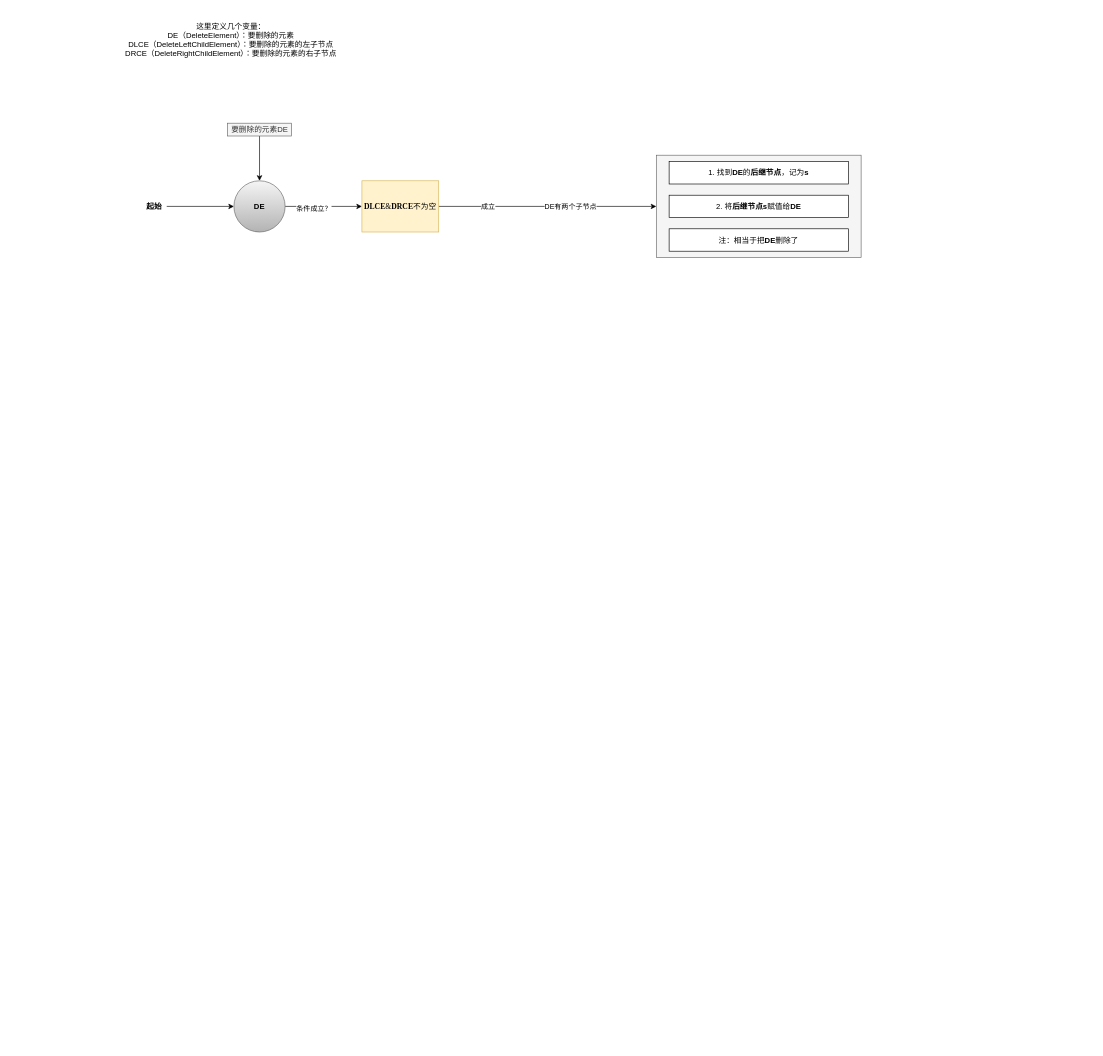
Above: typora/JavaSE/6 集合/drawio/TreeMap/删除元素过程.drawio in LDChing0321/JavaLearn (draw.io), before the change. Source tidied: cells renumbered, new cells numbered last; positions are measured from the earlier drawing's top-left corner, leaving out a move shared by most shapes. Both pictures are drawn from the tidied source at 64%, with x=0, y=0 at pixel (118, 20).
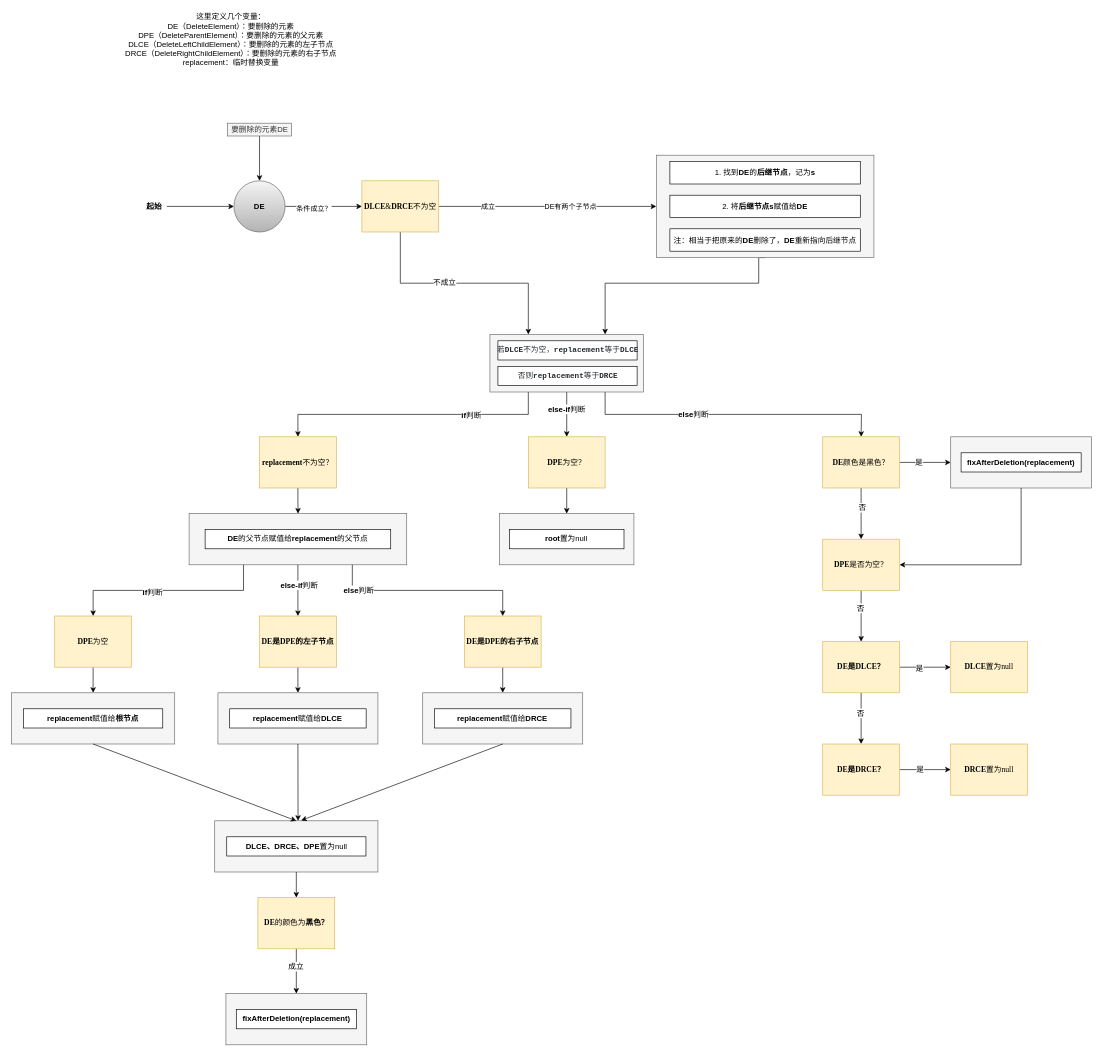
The same diagram, later.

Commit message (it also covers changes not shown here):
更新删除元素过程.drawio

Unchanged cells that the change refers to:
```xml
<mxCell id="12" value="&lt;b&gt;DLCE&lt;/b&gt;&amp;amp;&lt;b&gt;DRCE&lt;/b&gt;不为空" style="rounded=0;whiteSpace=wrap;html=1;fontFamily=Times New Roman;align=center;fillColor=#fff2cc;strokeColor=#d6b656;" parent="1" vertex="1">
  <mxGeometry x="380" y="250" width="120" height="80" as="geometry" />
</mxCell>
```

Change to the diagram source:
```diff
@@
+    <mxCell id="18" style="edgeStyle=orthogonalEdgeStyle;rounded=0;jettySize=auto;html=1;exitX=0.5;exitY=1;exitDx=0;exitDy=0;entryX=0.25;entryY=0;entryDx=0;entryDy=0;fontSize=12;" parent="1" edge="1" source="12" target="27">
+      <mxGeometry relative="1" as="geometry" />
+    </mxCell>
+    <mxCell id="19" value="不成立" style="edgeLabel;html=1;align=center;verticalAlign=middle;fontSize=12;" parent="18" vertex="1">
+      <mxGeometry x="-0.18" y="2" relative="1" as="geometry" />
+    </mxCell>
@@
-    <mxCell id="13" value="这里定义几个变量：&lt;br&gt;DE（DeleteElement）：要删除的元素&lt;br&gt;DLCE（DeleteLeftChildElement）：要删除的元素的左子节点&lt;br&gt;DRCE（DeleteRightChildElement）：要删除的元素的右子节点" style="text;html=1;align=center;verticalAlign=middle;strokeColor=none;" parent="1" vertex="1">
-      <mxGeometry width="350" height="60" as="geometry" />
+    <mxCell id="13" value="这里定义几个变量：&lt;br&gt;DE（DeleteElement）：要删除的元素&lt;br&gt;DPE（DeleteParentElement）：要删除的元素的父元素&lt;br&gt;DLCE（DeleteLeftChildElement）：要删除的元素的左子节点&lt;br&gt;DRCE（DeleteRightChildElement）：要删除的元素的右子节点&lt;br&gt;replacement：临时替换变量" style="text;html=1;align=center;verticalAlign=middle;strokeColor=none;" parent="1" vertex="1">
+      <mxGeometry y="-15" width="350" height="90" as="geometry" />
     </mxCell>
+    <mxCell id="20" style="edgeStyle=orthogonalEdgeStyle;rounded=0;jettySize=auto;html=1;exitX=0.5;exitY=1;exitDx=0;exitDy=0;entryX=0.75;entryY=0;entryDx=0;entryDy=0;fontSize=12;" parent="1" edge="1" source="14" target="27">
+      <mxGeometry relative="1" as="geometry">
+        <Array as="points">
+          <mxPoint x="1000" y="410" />
+          <mxPoint x="760" y="410" />
+        </Array>
+      </mxGeometry>
+    </mxCell>
+    <mxCell id="21" style="edgeStyle=orthogonalEdgeStyle;rounded=0;jettySize=auto;html=1;exitX=0.25;exitY=1;exitDx=0;exitDy=0;entryX=0.5;entryY=0;entryDx=0;entryDy=0;fontSize=12;" parent="1" edge="1" source="27" target="29">
+      <mxGeometry relative="1" as="geometry" />
+    </mxCell>
+    <mxCell id="22" value="&lt;b&gt;if&lt;/b&gt;判断" style="edgeLabel;html=1;align=center;verticalAlign=middle;fontSize=12;" parent="21" vertex="1">
+      <mxGeometry x="-0.42" y="1" relative="1" as="geometry" />
+    </mxCell>
+    <mxCell id="23" style="edgeStyle=orthogonalEdgeStyle;rounded=0;jettySize=auto;html=1;exitX=0.5;exitY=1;exitDx=0;exitDy=0;fontSize=12;entryX=0.5;entryY=0;entryDx=0;entryDy=0;" parent="1" edge="1" source="27" target="33">
+      <mxGeometry relative="1" as="geometry" />
+    </mxCell>
+    <mxCell id="24" value="&lt;b&gt;else-if&lt;/b&gt;判断" style="edgeLabel;html=1;align=center;verticalAlign=middle;fontSize=12;" parent="23" vertex="1">
+      <mxGeometry x="-0.25" y="-1" relative="1" as="geometry" />
+    </mxCell>
+    <mxCell id="25" style="edgeStyle=orthogonalEdgeStyle;rounded=0;jettySize=auto;html=1;exitX=0.75;exitY=1;exitDx=0;exitDy=0;entryX=0.5;entryY=0;entryDx=0;entryDy=0;fontSize=12;" parent="1" edge="1" source="27">
+      <mxGeometry relative="1" as="geometry">
+        <mxPoint x="1160" y="650" as="targetPoint" />
+      </mxGeometry>
+    </mxCell>
+    <mxCell id="26" value="&lt;b&gt;else&lt;/b&gt;判断" style="edgeLabel;html=1;align=center;verticalAlign=middle;fontSize=12;" parent="25" vertex="1">
+      <mxGeometry x="-0.27" relative="1" as="geometry" />
+    </mxCell>
+    <mxCell id="27" value="&lt;pre style=&quot;color: rgb(36 , 41 , 46) ; font-family: &amp;#34;jetbrains mono&amp;#34; , monospace ; font-size: 12px&quot;&gt;&lt;br&gt;&lt;/pre&gt;" style="rounded=0;whiteSpace=wrap;html=1;fillColor=#f5f5f5;strokeColor=#666666;fontColor=#333333;fontSize=12;" parent="1" vertex="1">
+      <mxGeometry x="580" y="490" width="240" height="90" as="geometry" />
+    </mxCell>
+    <mxCell id="28" style="edgeStyle=orthogonalEdgeStyle;rounded=0;jettySize=auto;html=1;exitX=0.5;exitY=1;exitDx=0;exitDy=0;fontSize=12;" parent="1" edge="1" source="29">
+      <mxGeometry relative="1" as="geometry">
+        <mxPoint x="280.2" y="770" as="targetPoint" />
+      </mxGeometry>
+    </mxCell>
+    <mxCell id="29" value="&lt;b&gt;replacement&lt;/b&gt;不为空？" style="rounded=0;whiteSpace=wrap;html=1;fontFamily=Times New Roman;align=center;fillColor=#fff2cc;strokeColor=#d6b656;fontStyle=0;" parent="1" vertex="1">
+      <mxGeometry x="220" y="650" width="120" height="80" as="geometry" />
+    </mxCell>
+    <mxCell id="30" value="&lt;pre style=&quot;color: rgb(36 , 41 , 46) ; font-family: &amp;#34;jetbrains mono&amp;#34; , monospace&quot;&gt;若&lt;b&gt;DLCE&lt;/b&gt;不为空，&lt;b&gt;replacement&lt;/b&gt;等于&lt;b&gt;DLCE&lt;/b&gt;&lt;/pre&gt;" style="rounded=0;whiteSpace=wrap;html=1;align=center;" parent="1" vertex="1">
+      <mxGeometry x="592.5" y="500" width="217.5" height="30" as="geometry" />
+    </mxCell>
+    <mxCell id="31" value="&lt;pre style=&quot;color: rgb(36 , 41 , 46) ; font-family: &amp;#34;jetbrains mono&amp;#34; , monospace&quot;&gt;&lt;span style=&quot;white-space: normal&quot;&gt;否则&lt;b&gt;replacement&lt;/b&gt;等于&lt;b&gt;DRCE&lt;/b&gt;&lt;/span&gt;&lt;br&gt;&lt;/pre&gt;" style="rounded=0;whiteSpace=wrap;html=1;align=center;" parent="1" vertex="1">
+      <mxGeometry x="592.5" y="540" width="217.5" height="30" as="geometry" />
+    </mxCell>
+    <mxCell id="32" style="edgeStyle=none;rounded=0;jettySize=auto;html=1;exitX=0.5;exitY=1;exitDx=0;exitDy=0;entryX=0.5;entryY=0;entryDx=0;entryDy=0;fontSize=12;" parent="1" edge="1" source="33" target="73">
+      <mxGeometry relative="1" as="geometry" />
+    </mxCell>
+    <mxCell id="33" value="&lt;b&gt;DPE&lt;/b&gt;为空？" style="rounded=0;whiteSpace=wrap;html=1;fontFamily=Times New Roman;align=center;fillColor=#fff2cc;strokeColor=#d6b656;fontStyle=0;" parent="1" vertex="1">
+      <mxGeometry x="640" y="650" width="120" height="80" as="geometry" />
+    </mxCell>
+    <mxCell id="34" style="group;" parent="1" vertex="1">
+      <mxGeometry x="840" y="210" width="340" height="160" as="geometry" />
+    </mxCell>
-    <mxCell id="14" style="rounded=0;whiteSpace=wrap;html=1;fillColor=#f5f5f5;strokeColor=#666666;fontColor=#333333;" parent="1" vertex="1">
-      <mxGeometry x="840" y="210" width="320" height="160" as="geometry" />
+    <mxCell id="14" style="rounded=0;whiteSpace=wrap;html=1;fillColor=#f5f5f5;strokeColor=#666666;fontColor=#333333;" parent="34" vertex="1">
+      <mxGeometry width="340" height="160" as="geometry" />
     </mxCell>
-    <mxCell id="15" value="1. 找到&lt;b&gt;DE&lt;/b&gt;的&lt;b&gt;后继节点&lt;/b&gt;，记为&lt;b&gt;s&lt;/b&gt;" style="rounded=0;whiteSpace=wrap;html=1;align=center;" parent="1" vertex="1">
-      <mxGeometry x="860" y="220" width="280" height="35" as="geometry" />
+    <mxCell id="15" value="1. 找到&lt;b&gt;DE&lt;/b&gt;的&lt;b&gt;后继节点&lt;/b&gt;，记为&lt;b&gt;s&lt;/b&gt;" style="rounded=0;whiteSpace=wrap;html=1;align=center;" parent="34" vertex="1">
+      <mxGeometry x="21.2" y="10" width="297.5" height="35" as="geometry" />
     </mxCell>
-    <mxCell id="16" value="2.&amp;nbsp;将&lt;b&gt;后继节点s&lt;/b&gt;赋值给&lt;b&gt;DE&lt;/b&gt;" style="rounded=0;whiteSpace=wrap;html=1;align=center;" parent="1" vertex="1">
-      <mxGeometry x="860" y="272.5" width="280" height="35" as="geometry" />
+    <mxCell id="16" value="2.&amp;nbsp;将&lt;b&gt;后继节点s&lt;/b&gt;赋值给&lt;b&gt;DE&lt;/b&gt;" style="rounded=0;whiteSpace=wrap;html=1;align=center;" parent="34" vertex="1">
+      <mxGeometry x="21.2" y="62.5" width="297.5" height="35" as="geometry" />
     </mxCell>
-    <mxCell id="17" value="注：相当于把&lt;b&gt;DE&lt;/b&gt;删除了" style="rounded=0;whiteSpace=wrap;html=1;" parent="1" vertex="1">
-      <mxGeometry x="860" y="325" width="280" height="35" as="geometry" />
+    <mxCell id="17" value="注：相当于把原来的&lt;b&gt;DE&lt;/b&gt;删除了，&lt;b&gt;DE&lt;/b&gt;重新指向后继节点" style="rounded=0;whiteSpace=wrap;html=1;" parent="34" vertex="1">
+      <mxGeometry x="21.2" y="115" width="297.5" height="35" as="geometry" />
     </mxCell>
+    <mxCell id="35" style="group;" parent="1" vertex="1">
+      <mxGeometry x="110" y="770" width="340" height="80" as="geometry" />
+    </mxCell>
+    <mxCell id="36" style="rounded=0;whiteSpace=wrap;html=1;fillColor=#f5f5f5;strokeColor=#666666;fontColor=#333333;" parent="35" vertex="1">
+      <mxGeometry width="340" height="80" as="geometry" />
+    </mxCell>
+    <mxCell id="37" value="&lt;b&gt;DE&lt;/b&gt;的父节点赋值给&lt;b&gt;replacement&lt;/b&gt;的父节点" style="rounded=0;whiteSpace=wrap;html=1;align=center;" parent="35" vertex="1">
+      <mxGeometry x="25" y="25" width="290" height="30" as="geometry" />
+    </mxCell>
+    <mxCell id="38" style="edgeStyle=orthogonalEdgeStyle;rounded=0;jettySize=auto;html=1;exitX=0.5;exitY=1;exitDx=0;exitDy=0;entryX=0.5;entryY=0;entryDx=0;entryDy=0;fontSize=12;" parent="1" edge="1" source="39" target="51">
+      <mxGeometry relative="1" as="geometry" />
+    </mxCell>
+    <mxCell id="39" value="&lt;b&gt;DPE&lt;/b&gt;为空" style="rounded=0;whiteSpace=wrap;html=1;fontFamily=Times New Roman;align=center;fillColor=#fff2cc;strokeColor=#d6b656;fontStyle=0;" parent="1" vertex="1">
+      <mxGeometry x="-100" y="930" width="120" height="80" as="geometry" />
+    </mxCell>
+    <mxCell id="40" style="edgeStyle=orthogonalEdgeStyle;rounded=0;jettySize=auto;html=1;exitX=0.5;exitY=1;exitDx=0;exitDy=0;entryX=0.5;entryY=0;entryDx=0;entryDy=0;fontSize=12;" parent="1" edge="1" source="41" target="54">
+      <mxGeometry relative="1" as="geometry" />
+    </mxCell>
+    <mxCell id="41" value="&lt;b&gt;DE是DPE的左子节点&lt;/b&gt;" style="rounded=0;whiteSpace=wrap;html=1;fontFamily=Times New Roman;align=center;fillColor=#fff2cc;strokeColor=#d6b656;fontStyle=0;" parent="1" vertex="1">
+      <mxGeometry x="220" y="930" width="120" height="80" as="geometry" />
+    </mxCell>
+    <mxCell id="42" style="edgeStyle=orthogonalEdgeStyle;rounded=0;jettySize=auto;html=1;exitX=0.5;exitY=1;exitDx=0;exitDy=0;entryX=0.5;entryY=0;entryDx=0;entryDy=0;fontSize=12;" parent="1" edge="1" source="43" target="57">
+      <mxGeometry relative="1" as="geometry" />
+    </mxCell>
+    <mxCell id="43" value="&lt;b&gt;DE是DPE的右子节点&lt;/b&gt;" style="rounded=0;whiteSpace=wrap;html=1;fontFamily=Times New Roman;align=center;fillColor=#fff2cc;strokeColor=#d6b656;fontStyle=0;" parent="1" vertex="1">
+      <mxGeometry x="540" y="930" width="120" height="80" as="geometry" />
+    </mxCell>
+    <mxCell id="44" style="edgeStyle=orthogonalEdgeStyle;rounded=0;jettySize=auto;html=1;exitX=0.25;exitY=1;exitDx=0;exitDy=0;fontSize=12;" parent="1" edge="1" source="36" target="39">
+      <mxGeometry relative="1" as="geometry" />
+    </mxCell>
+    <mxCell id="45" value="&lt;b&gt;if&lt;/b&gt;判断" style="edgeLabel;html=1;align=center;verticalAlign=middle;fontSize=12;" parent="44" vertex="1">
+      <mxGeometry x="0.16" y="2" relative="1" as="geometry" />
+    </mxCell>
+    <mxCell id="46" style="edgeStyle=orthogonalEdgeStyle;rounded=0;jettySize=auto;html=1;fontSize=12;" parent="1" edge="1" source="36" target="41">
+      <mxGeometry relative="1" as="geometry" />
+    </mxCell>
+    <mxCell id="47" value="&lt;b&gt;else-if&lt;/b&gt;判断" style="edgeLabel;html=1;align=center;verticalAlign=middle;fontSize=12;" parent="46" vertex="1">
+      <mxGeometry x="-0.22" y="1" relative="1" as="geometry" />
+    </mxCell>
+    <mxCell id="48" style="edgeStyle=orthogonalEdgeStyle;rounded=0;jettySize=auto;html=1;exitX=0.75;exitY=1;exitDx=0;exitDy=0;entryX=0.5;entryY=0;entryDx=0;entryDy=0;fontSize=12;" parent="1" edge="1" source="36" target="43">
+      <mxGeometry relative="1" as="geometry" />
+    </mxCell>
+    <mxCell id="49" value="&lt;b&gt;else&lt;/b&gt;判断" style="edgeLabel;html=1;align=center;verticalAlign=middle;fontSize=12;" parent="48" vertex="1">
+      <mxGeometry x="-0.69" y="1" relative="1" as="geometry" />
+    </mxCell>
+    <mxCell id="50" style="group;" parent="1" vertex="1">
+      <mxGeometry x="-167.5" y="1050" width="255" height="80" as="geometry" />
+    </mxCell>
+    <mxCell id="51" style="rounded=0;whiteSpace=wrap;html=1;fillColor=#f5f5f5;strokeColor=#666666;fontColor=#333333;" parent="50" vertex="1">
+      <mxGeometry width="255" height="80" as="geometry" />
+    </mxCell>
+    <mxCell id="52" value="&lt;b&gt;replacement&lt;/b&gt;赋值给&lt;b&gt;根节点&lt;/b&gt;" style="rounded=0;whiteSpace=wrap;html=1;align=center;" parent="50" vertex="1">
+      <mxGeometry x="18.8" y="25" width="217.5" height="30" as="geometry" />
+    </mxCell>
+    <mxCell id="53" style="group;" parent="1" vertex="1">
+      <mxGeometry x="155" y="1050" width="250" height="80" as="geometry" />
+    </mxCell>
+    <mxCell id="54" style="rounded=0;whiteSpace=wrap;html=1;fillColor=#f5f5f5;strokeColor=#666666;fontColor=#333333;" parent="53" vertex="1">
+      <mxGeometry width="250" height="80" as="geometry" />
+    </mxCell>
+    <mxCell id="55" value="&lt;b&gt;replacement&lt;/b&gt;赋值给&lt;b&gt;DLCE&lt;/b&gt;" style="rounded=0;whiteSpace=wrap;html=1;align=center;" parent="53" vertex="1">
+      <mxGeometry x="18.4" y="25" width="213.2" height="30" as="geometry" />
+    </mxCell>
+    <mxCell id="56" style="group;" parent="1" vertex="1">
+      <mxGeometry x="475" y="1050" width="250" height="80" as="geometry" />
+    </mxCell>
+    <mxCell id="57" style="rounded=0;whiteSpace=wrap;html=1;fillColor=#f5f5f5;strokeColor=#666666;fontColor=#333333;" parent="56" vertex="1">
+      <mxGeometry width="250" height="80" as="geometry" />
+    </mxCell>
+    <mxCell id="58" value="&lt;b&gt;replacement&lt;/b&gt;赋值给&lt;b&gt;DRCE&lt;/b&gt;" style="rounded=0;whiteSpace=wrap;html=1;align=center;" parent="56" vertex="1">
+      <mxGeometry x="18.4" y="25" width="213.2" height="30" as="geometry" />
+    </mxCell>
+    <mxCell id="59" style="group;" parent="1" vertex="1">
+      <mxGeometry x="150" y="1250" width="255" height="80" as="geometry" />
+    </mxCell>
+    <mxCell id="60" style="rounded=0;whiteSpace=wrap;html=1;fillColor=#f5f5f5;strokeColor=#666666;fontColor=#333333;" parent="59" vertex="1">
+      <mxGeometry width="255" height="80" as="geometry" />
+    </mxCell>
+    <mxCell id="61" value="&lt;b&gt;DLCE、DRCE、DPE&lt;/b&gt;置为null" style="rounded=0;whiteSpace=wrap;html=1;align=center;" parent="59" vertex="1">
+      <mxGeometry x="18.8" y="25" width="217.5" height="30" as="geometry" />
+    </mxCell>
+    <mxCell id="62" style="rounded=0;jettySize=auto;html=1;exitX=0.5;exitY=1;exitDx=0;exitDy=0;entryX=0.5;entryY=0;entryDx=0;entryDy=0;fontSize=12;" parent="1" edge="1" source="51" target="60">
+      <mxGeometry relative="1" as="geometry" />
+    </mxCell>
+    <mxCell id="63" style="edgeStyle=none;rounded=0;jettySize=auto;html=1;exitX=0.5;exitY=1;exitDx=0;exitDy=0;fontSize=12;" parent="1" edge="1" source="54">
+      <mxGeometry relative="1" as="geometry">
+        <mxPoint x="280.2" y="1250" as="targetPoint" />
+      </mxGeometry>
+    </mxCell>
+    <mxCell id="64" style="edgeStyle=none;rounded=0;jettySize=auto;html=1;exitX=0.5;exitY=1;exitDx=0;exitDy=0;entryX=0.53;entryY=-0.008;entryDx=0;entryDy=0;entryPerimeter=0;fontSize=12;" parent="1" edge="1" source="57" target="60">
+      <mxGeometry relative="1" as="geometry" />
+    </mxCell>
+    <mxCell id="65" style="edgeStyle=none;rounded=0;jettySize=auto;html=1;exitX=0.5;exitY=1;exitDx=0;exitDy=0;entryX=0.5;entryY=0;entryDx=0;entryDy=0;fontSize=12;" parent="1" edge="1" source="67" target="70">
+      <mxGeometry relative="1" as="geometry" />
+    </mxCell>
+    <mxCell id="66" value="成立" style="edgeLabel;html=1;align=center;verticalAlign=middle;fontSize=12;" parent="65" vertex="1">
+      <mxGeometry x="-0.23" y="-1" relative="1" as="geometry" />
+    </mxCell>
+    <mxCell id="67" value="&lt;b&gt;DE&lt;/b&gt;的颜色为&lt;b&gt;黑色？&lt;/b&gt;" style="rounded=0;whiteSpace=wrap;html=1;fontFamily=Times New Roman;align=center;fillColor=#fff2cc;strokeColor=#d6b656;fontStyle=0;" parent="1" vertex="1">
+      <mxGeometry x="217.5" y="1370" width="120" height="80" as="geometry" />
+    </mxCell>
+    <mxCell id="68" style="edgeStyle=none;rounded=0;jettySize=auto;html=1;fontSize=12;" parent="1" edge="1" source="60" target="67">
+      <mxGeometry relative="1" as="geometry" />
+    </mxCell>
+    <mxCell id="69" style="group;" parent="1" vertex="1">
+      <mxGeometry x="167.5" y="1520" width="220" height="80" as="geometry" />
+    </mxCell>
+    <mxCell id="70" style="rounded=0;whiteSpace=wrap;html=1;fillColor=#f5f5f5;strokeColor=#666666;fontColor=#333333;" parent="69" vertex="1">
+      <mxGeometry width="220" height="80" as="geometry" />
+    </mxCell>
+    <mxCell id="71" value="&lt;b&gt;fixAfterDeletion(replacement)&lt;/b&gt;" style="rounded=0;whiteSpace=wrap;html=1;align=center;" parent="69" vertex="1">
+      <mxGeometry x="16.2" y="25" width="187.6" height="30" as="geometry" />
+    </mxCell>
+    <mxCell id="72" style="group;" parent="1" vertex="1">
+      <mxGeometry x="595" y="770" width="210" height="80" as="geometry" />
+    </mxCell>
+    <mxCell id="73" style="rounded=0;whiteSpace=wrap;html=1;fillColor=#f5f5f5;strokeColor=#666666;fontColor=#333333;" parent="72" vertex="1">
+      <mxGeometry width="210" height="80" as="geometry" />
+    </mxCell>
+    <mxCell id="74" value="&lt;b&gt;root&lt;/b&gt;置为null" style="rounded=0;whiteSpace=wrap;html=1;align=center;" parent="72" vertex="1">
+      <mxGeometry x="15.4" y="25" width="179.1" height="30" as="geometry" />
+    </mxCell>
+    <mxCell id="75" style="edgeStyle=none;rounded=0;jettySize=auto;html=1;exitX=1;exitY=0.5;exitDx=0;exitDy=0;entryX=0;entryY=0.5;entryDx=0;entryDy=0;fontSize=12;" parent="1" edge="1" source="79" target="81">
+      <mxGeometry relative="1" as="geometry" />
+    </mxCell>
+    <mxCell id="76" value="是" style="edgeLabel;html=1;align=center;verticalAlign=middle;fontSize=12;" parent="75" vertex="1">
+      <mxGeometry x="-0.27" relative="1" as="geometry" />
+    </mxCell>
+    <mxCell id="77" style="edgeStyle=none;rounded=0;jettySize=auto;html=1;entryX=0.5;entryY=0;entryDx=0;entryDy=0;fontSize=12;" parent="1" edge="1" source="79" target="85">
+      <mxGeometry relative="1" as="geometry" />
+    </mxCell>
+    <mxCell id="78" value="否" style="edgeLabel;html=1;align=center;verticalAlign=middle;fontSize=12;" parent="77" vertex="1">
+      <mxGeometry x="-0.25" y="1" relative="1" as="geometry" />
+    </mxCell>
+    <mxCell id="79" value="&lt;b&gt;DE&lt;/b&gt;颜色是黑色？" style="rounded=0;whiteSpace=wrap;html=1;fontFamily=Times New Roman;align=center;fillColor=#fff2cc;strokeColor=#d6b656;fontStyle=0;" parent="1" vertex="1">
+      <mxGeometry x="1100" y="650" width="120" height="80" as="geometry" />
+    </mxCell>
+    <mxCell id="80" style="group;" parent="1" vertex="1">
+      <mxGeometry x="1300" y="650" width="220" height="80" as="geometry" />
+    </mxCell>
+    <mxCell id="81" style="rounded=0;whiteSpace=wrap;html=1;fillColor=#f5f5f5;strokeColor=#666666;fontColor=#333333;" parent="80" vertex="1">
+      <mxGeometry width="220" height="80" as="geometry" />
+    </mxCell>
+    <mxCell id="82" value="&lt;b&gt;fixAfterDeletion(replacement)&lt;/b&gt;" style="rounded=0;whiteSpace=wrap;html=1;align=center;" parent="80" vertex="1">
+      <mxGeometry x="16.2" y="25" width="187.6" height="30" as="geometry" />
+    </mxCell>
+    <mxCell id="83" style="edgeStyle=orthogonalEdgeStyle;rounded=0;jettySize=auto;html=1;fontSize=12;" parent="1" edge="1" source="85" target="91">
+      <mxGeometry relative="1" as="geometry" />
+    </mxCell>
+    <mxCell id="84" value="否" style="edgeLabel;html=1;align=center;verticalAlign=middle;fontSize=12;" parent="83" vertex="1">
+      <mxGeometry x="-0.33" y="-2" relative="1" as="geometry" />
+    </mxCell>
+    <mxCell id="85" value="&lt;b&gt;DPE&lt;/b&gt;是否为空？" style="rounded=0;whiteSpace=wrap;html=1;fontFamily=Times New Roman;align=center;fillColor=#fff2cc;strokeColor=#d6b656;fontStyle=0;" parent="1" vertex="1">
+      <mxGeometry x="1100" y="810" width="120" height="80" as="geometry" />
+    </mxCell>
+    <mxCell id="86" style="edgeStyle=orthogonalEdgeStyle;rounded=0;jettySize=auto;html=1;exitX=0.5;exitY=1;exitDx=0;exitDy=0;entryX=1;entryY=0.5;entryDx=0;entryDy=0;fontSize=12;" parent="1" edge="1" source="81" target="85">
+      <mxGeometry relative="1" as="geometry" />
+    </mxCell>
+    <mxCell id="87" style="edgeStyle=orthogonalEdgeStyle;rounded=0;jettySize=auto;html=1;fontSize=12;" parent="1" edge="1" source="91" target="92">
+      <mxGeometry relative="1" as="geometry" />
+    </mxCell>
+    <mxCell id="88" value="是" style="edgeLabel;html=1;align=center;verticalAlign=middle;fontSize=12;" parent="87" vertex="1">
+      <mxGeometry x="-0.25" y="-1" relative="1" as="geometry" />
+    </mxCell>
+    <mxCell id="89" style="edgeStyle=orthogonalEdgeStyle;rounded=0;jettySize=auto;html=1;exitX=0.5;exitY=1;exitDx=0;exitDy=0;entryX=0.5;entryY=0;entryDx=0;entryDy=0;fontSize=12;" parent="1" edge="1" source="91" target="95">
+      <mxGeometry relative="1" as="geometry" />
+    </mxCell>
+    <mxCell id="90" value="否" style="edgeLabel;html=1;align=center;verticalAlign=middle;fontSize=12;" parent="89" vertex="1">
+      <mxGeometry x="-0.22" y="-2" relative="1" as="geometry" />
+    </mxCell>
+    <mxCell id="91" value="&lt;b&gt;DE是DLCE？&lt;/b&gt;" style="rounded=0;whiteSpace=wrap;html=1;fontFamily=Times New Roman;align=center;fillColor=#fff2cc;strokeColor=#d6b656;fontStyle=0;" parent="1" vertex="1">
+      <mxGeometry x="1100" y="970" width="120" height="80" as="geometry" />
+    </mxCell>
+    <mxCell id="92" value="&lt;b&gt;DLCE&lt;/b&gt;置为null" style="rounded=0;whiteSpace=wrap;html=1;fontFamily=Times New Roman;align=center;fillColor=#fff2cc;strokeColor=#d6b656;fontStyle=0;" parent="1" vertex="1">
+      <mxGeometry x="1300" y="970" width="120" height="80" as="geometry" />
+    </mxCell>
+    <mxCell id="93" style="edgeStyle=orthogonalEdgeStyle;rounded=0;jettySize=auto;html=1;fontSize=12;" parent="1" edge="1" source="95" target="96">
+      <mxGeometry relative="1" as="geometry" />
+    </mxCell>
+    <mxCell id="94" value="是" style="edgeLabel;html=1;align=center;verticalAlign=middle;fontSize=12;" parent="93" vertex="1">
+      <mxGeometry x="-0.23" relative="1" as="geometry" />
+    </mxCell>
+    <mxCell id="95" value="&lt;b&gt;DE是DRCE？&lt;/b&gt;" style="rounded=0;whiteSpace=wrap;html=1;fontFamily=Times New Roman;align=center;fillColor=#fff2cc;strokeColor=#d6b656;fontStyle=0;" parent="1" vertex="1">
+      <mxGeometry x="1100" y="1130" width="120" height="80" as="geometry" />
+    </mxCell>
+    <mxCell id="96" value="&lt;b&gt;DRCE&lt;/b&gt;置为null" style="rounded=0;whiteSpace=wrap;html=1;fontFamily=Times New Roman;align=center;fillColor=#fff2cc;strokeColor=#d6b656;fontStyle=0;" parent="1" vertex="1">
+      <mxGeometry x="1300" y="1130" width="120" height="80" as="geometry" />
+    </mxCell>
```
